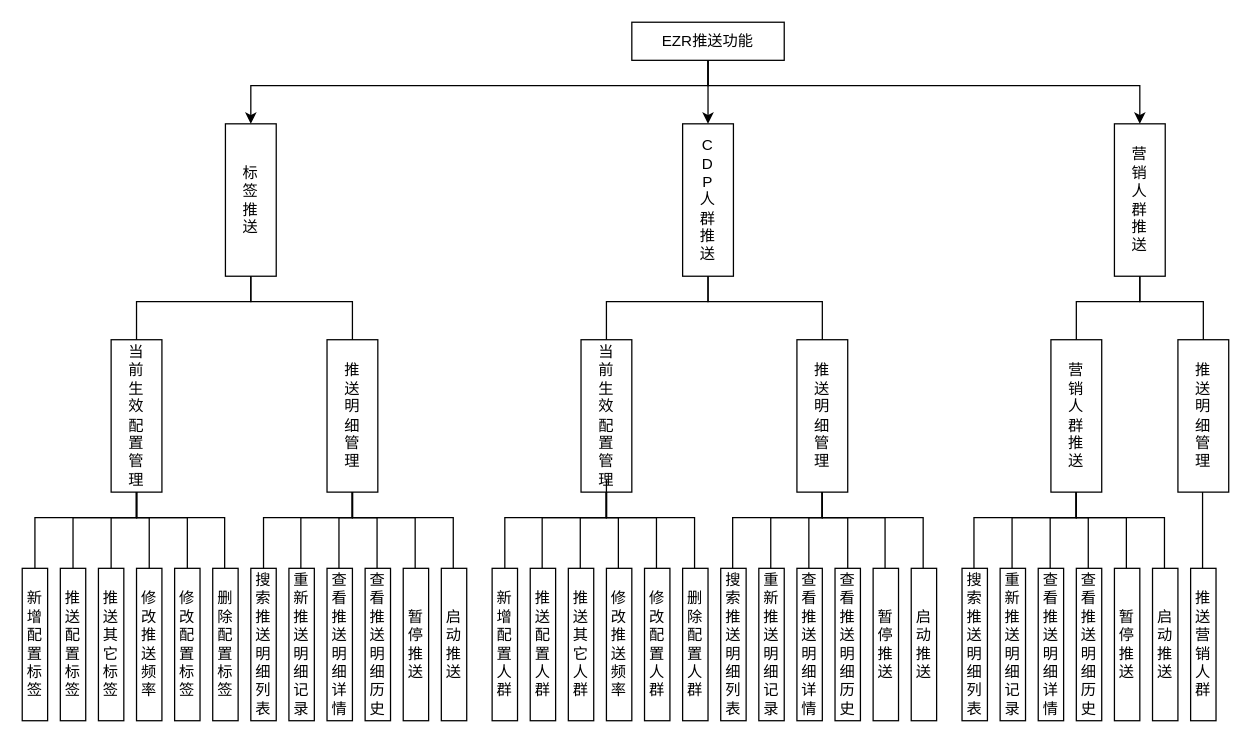
This is 南讯层次图.drawio from natyuen/huatu, a draw.io file, before an edit. Source tidied: cells renumbered, new cells numbered last; positions are measured from the earlier drawing's top-left corner, leaving out a move shared by most shapes. Both pictures are drawn from the tidied source at 127%, with x=0, y=0 at pixel (22, 22).
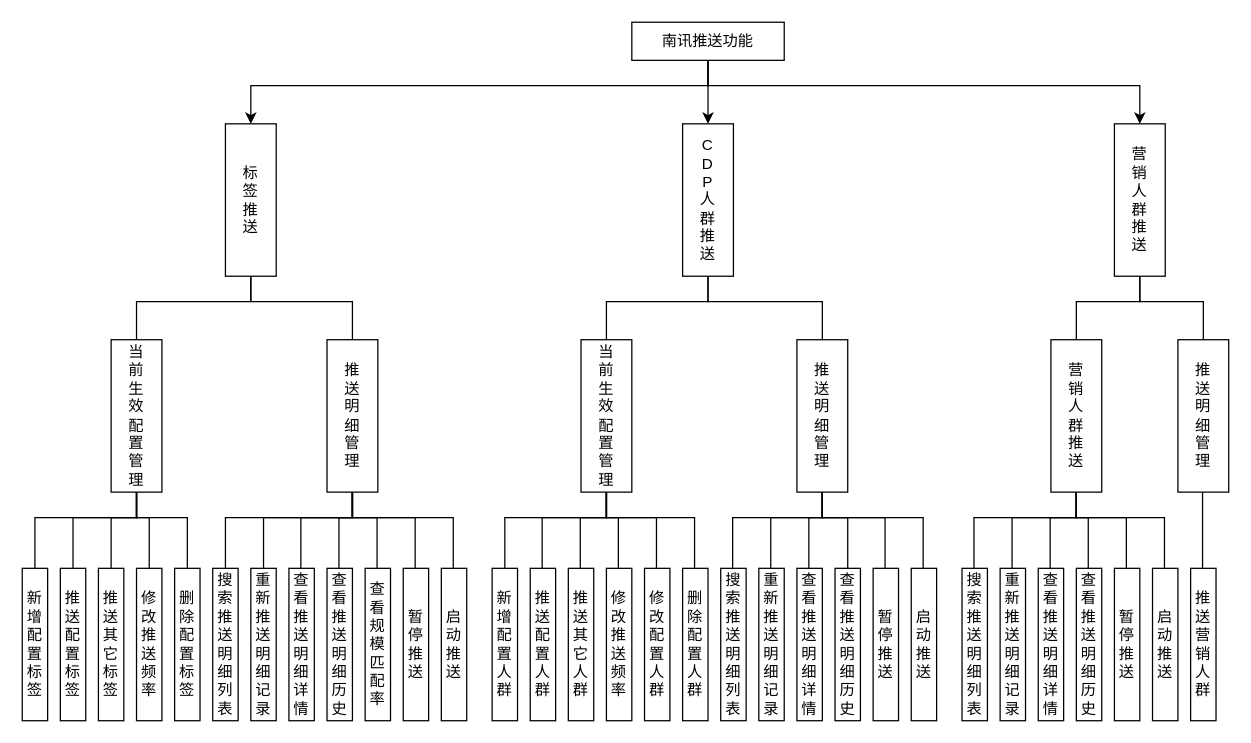
After the change.

Commit message:
更新南讯层次图.drawio

The change refers to these unchanged cells:
```xml
<mxCell id="9" value="当&lt;br&gt;前&lt;br&gt;生&lt;br&gt;效&lt;br&gt;配&lt;br&gt;置&lt;br&gt;管&lt;br&gt;理" style="rounded=0;whiteSpace=wrap;html=1;" parent="1" vertex="1">
  <mxGeometry x="70" y="250" width="40" height="120" as="geometry" />
</mxCell>
<mxCell id="10" value="推&lt;br&gt;送&lt;br&gt;明&lt;br&gt;细&lt;br&gt;管&lt;br&gt;理" style="rounded=0;whiteSpace=wrap;html=1;" parent="1" vertex="1">
  <mxGeometry x="240" y="250" width="40" height="120" as="geometry" />
</mxCell>
<mxCell id="13" value="当&lt;br&gt;前&lt;br&gt;生&lt;br&gt;效&lt;br&gt;配&lt;br&gt;置&lt;br&gt;管&lt;br&gt;理" style="rounded=0;whiteSpace=wrap;html=1;" parent="1" vertex="1">
  <mxGeometry x="440" y="250" width="40" height="120" as="geometry" />
</mxCell>
```

Diff of the diagram source:
```diff
@@
-    <mxCell id="2" value="EZR推送功能" style="rounded=0;whiteSpace=wrap;html=1;" parent="1" vertex="1">
+    <mxCell id="2" value="南讯推送功能" style="rounded=0;whiteSpace=wrap;html=1;" parent="1" vertex="1">
       <mxGeometry x="480" width="120" height="30" as="geometry" />
     </mxCell>
@@
-    <mxCell id="19" value="修&lt;br&gt;改&lt;br&gt;配&lt;br&gt;置&lt;br&gt;标&lt;br&gt;签" style="rounded=0;whiteSpace=wrap;html=1;" parent="1" vertex="1">
-      <mxGeometry x="120" y="430" width="20" height="120" as="geometry" />
-    </mxCell>
     <mxCell id="20" value="删&lt;br&gt;除&lt;br&gt;配&lt;br&gt;置&lt;br&gt;标&lt;br&gt;签" style="rounded=0;whiteSpace=wrap;html=1;" parent="1" vertex="1">
-      <mxGeometry x="150" y="430" width="20" height="120" as="geometry" />
+      <mxGeometry x="120" y="430" width="20" height="120" as="geometry" />
     </mxCell>
     <mxCell id="21" value="搜&lt;br&gt;索&lt;br&gt;推&lt;br&gt;送&lt;br&gt;明&lt;br&gt;细&lt;br&gt;列&lt;br&gt;表" style="rounded=0;whiteSpace=wrap;html=1;" parent="1" vertex="1">
-      <mxGeometry x="180" y="430" width="20" height="120" as="geometry" />
+      <mxGeometry x="150" y="430" width="20" height="120" as="geometry" />
     </mxCell>
     <mxCell id="22" value="重&lt;br&gt;新&lt;br&gt;推&lt;br&gt;送&lt;br&gt;明&lt;br&gt;细&lt;br&gt;记&lt;br&gt;录" style="rounded=0;whiteSpace=wrap;html=1;" parent="1" vertex="1">
-      <mxGeometry x="210" y="430" width="20" height="120" as="geometry" />
+      <mxGeometry x="180" y="430" width="20" height="120" as="geometry" />
     </mxCell>
     <mxCell id="23" value="查&lt;br&gt;看&lt;br&gt;推&lt;br&gt;送&lt;br&gt;明&lt;br&gt;细&lt;br&gt;详&lt;br&gt;情" style="rounded=0;whiteSpace=wrap;html=1;" parent="1" vertex="1">
-      <mxGeometry x="240" y="430" width="20" height="120" as="geometry" />
+      <mxGeometry x="210" y="430" width="20" height="120" as="geometry" />
     </mxCell>
     <mxCell id="24" value="查&lt;br&gt;看&lt;br&gt;推&lt;br&gt;送&lt;br&gt;明&lt;br&gt;细&lt;br&gt;历&lt;br&gt;史" style="rounded=0;whiteSpace=wrap;html=1;" parent="1" vertex="1">
-      <mxGeometry x="270" y="430" width="20" height="120" as="geometry" />
+      <mxGeometry x="240" y="430" width="20" height="120" as="geometry" />
     </mxCell>
@@
-    <mxCell id="58" style="endArrow=none;html=1;rounded=0;fontFamily=Helvetica;fontSize=12;edgeStyle=elbowEdgeStyle;elbow=vertical;entryX=0.5;entryY=1;entryDx=0;entryDy=0;" parent="1" edge="1" target="9">
-      <mxGeometry relative="1" as="geometry">
-        <mxPoint x="130" y="430" as="sourcePoint" />
-        <Array as="points">
-          <mxPoint x="150" y="390" />
-        </Array>
-      </mxGeometry>
-    </mxCell>
-    <mxCell id="59" style="endArrow=none;html=1;rounded=0;fontFamily=Helvetica;fontSize=12;edgeStyle=elbowEdgeStyle;elbow=vertical;entryX=0.5;entryY=1;entryDx=0;entryDy=0;" parent="1" edge="1" target="9">
+    <mxCell id="59" style="endArrow=none;html=1;rounded=0;fontFamily=Helvetica;fontSize=12;edgeStyle=elbowEdgeStyle;elbow=vertical;entryX=0.5;entryY=1;entryDx=0;entryDy=0;exitX=0.5;exitY=0;exitDx=0;exitDy=0;" parent="1" edge="1" source="20" target="9">
       <mxGeometry relative="1" as="geometry">
-        <mxPoint x="159.4" y="430" as="sourcePoint" />
         <Array as="points">
           <mxPoint x="120" y="390" />
         </Array>
       </mxGeometry>
     </mxCell>
@@
     <mxCell id="67" style="endArrow=none;html=1;rounded=0;fontFamily=Helvetica;fontSize=12;edgeStyle=elbowEdgeStyle;elbow=vertical;" parent="1" edge="1">
       <mxGeometry relative="1" as="geometry">
         <mxPoint x="469.4" y="430" as="sourcePoint" />
-        <mxPoint x="460" y="360" as="targetPoint" />
+        <mxPoint x="460" y="370" as="targetPoint" />
         <Array as="points">
           <mxPoint x="470" y="390" />
         </Array>
       </mxGeometry>
     </mxCell>
@@
-    <mxCell id="69" style="endArrow=none;html=1;rounded=0;fontFamily=Helvetica;fontSize=12;edgeStyle=elbowEdgeStyle;elbow=vertical;entryX=0.5;entryY=1;entryDx=0;entryDy=0;" parent="1" edge="1" target="13">
+    <mxCell id="69" style="endArrow=none;html=1;rounded=0;fontFamily=Helvetica;fontSize=12;edgeStyle=elbowEdgeStyle;elbow=vertical;" parent="1" edge="1">
       <mxGeometry relative="1" as="geometry">
         <mxPoint x="529.4" y="430" as="sourcePoint" />
+        <mxPoint x="460" y="370" as="targetPoint" />
         <Array as="points">
           <mxPoint x="490" y="390" />
         </Array>
       </mxGeometry>
     </mxCell>
@@
+    <mxCell id="83" value="查看规模匹配率" style="rounded=0;whiteSpace=wrap;html=1;" parent="1" vertex="1">
+      <mxGeometry x="270" y="430" width="20" height="120" as="geometry" />
+    </mxCell>
+    <mxCell id="84" style="endArrow=none;html=1;rounded=0;fontFamily=Helvetica;fontSize=12;edgeStyle=elbowEdgeStyle;elbow=vertical;entryX=0.5;entryY=1;entryDx=0;entryDy=0;" parent="1" edge="1" target="10">
+      <mxGeometry relative="1" as="geometry">
+        <mxPoint x="160" y="430" as="sourcePoint" />
+        <Array as="points">
+          <mxPoint x="180" y="390" />
+        </Array>
+      </mxGeometry>
+    </mxCell>
```
